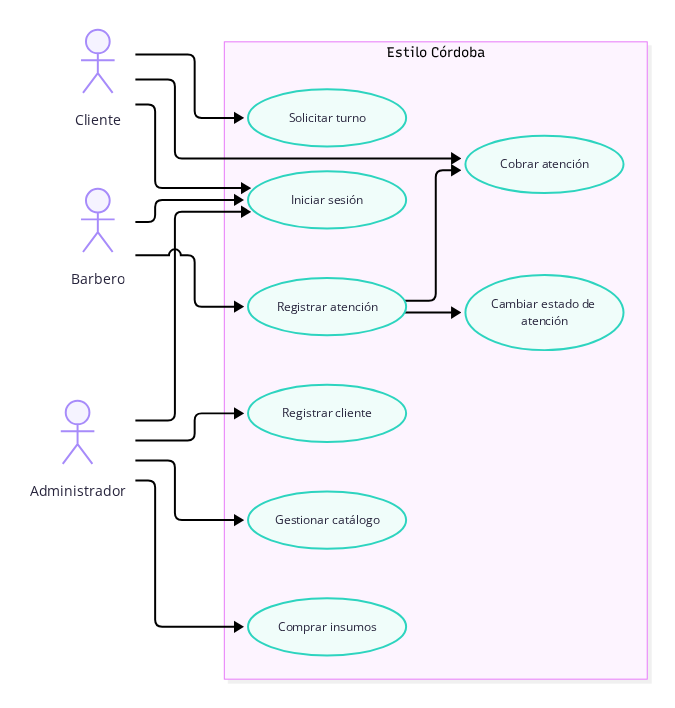
The Mermaid diagram docs/uml/use-case.png in Marcos-Castillo/EstiloCordoba, before a commit. Its source is kept beside it as docs/uml/use-case.mmd.
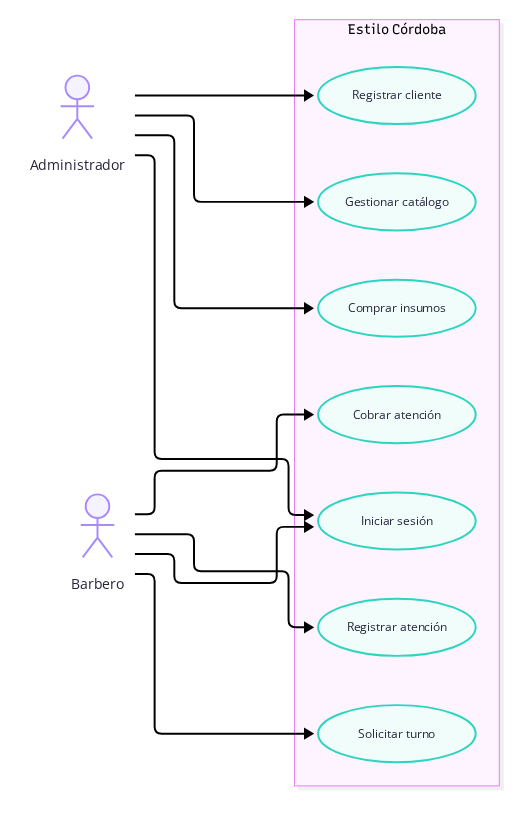
The same file after the commit.

What changed in the source:
```diff
@@ -1,6 +1,5 @@
 usecase-beta
 direction LR
-actor Cliente("Cliente")
 actor Barbero("Barbero")
 actor Administrador("Administrador")
 
@@ -11,18 +10,14 @@
   GestionarCatalogo("Gestionar catálogo")
   ComprarInsumos("Comprar insumos")
   RegistrarAtencion("Registrar atención")
-  CambiarEstado("Cambiar estado de atención")
   CobrarAtencion("Cobrar atención")
 end
 
-Cliente --> IniciarSesion
-Cliente --> SolicitarTurno
-Cliente --> CobrarAtencion
 Barbero --> IniciarSesion
+Barbero --> SolicitarTurno
 Barbero --> RegistrarAtencion
+Barbero --> CobrarAtencion
 Administrador --> IniciarSesion
 Administrador --> RegistrarCliente
 Administrador --> GestionarCatalogo
 Administrador --> ComprarInsumos
-RegistrarAtencion --> CambiarEstado
-RegistrarAtencion --> CobrarAtencion
```
